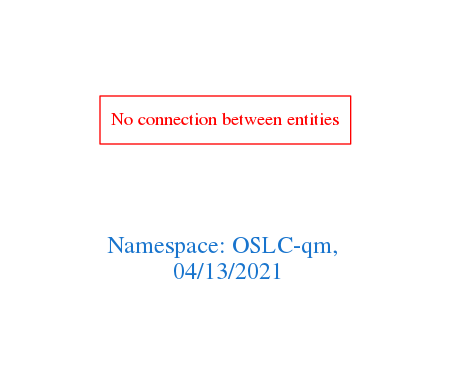
Above: downloads/OSLC-qm.png in arago/OGIT (Graphviz), before the change. Its source is kept beside it as downloads/OSLC-qm.dot.
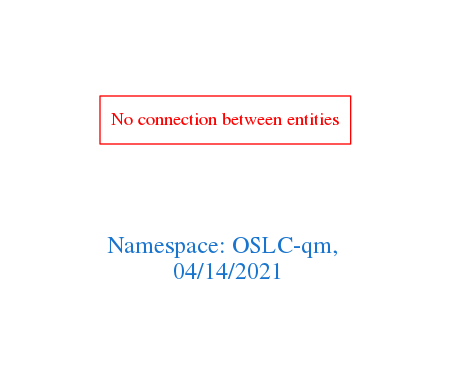
The same file after the commit.

The edit, as a diff of the source:
```diff
@@ -1,7 +1,7 @@
 digraph OGIT_ontology {
  graph [ rankdir= LR,pad=1
 fontsize = 18,
-fontcolor= dodgerblue3,label = "\n\n\nNamespace: OSLC-qm, \n 04/13/2021"];
+fontcolor= dodgerblue3,label = "\n\n\nNamespace: OSLC-qm, \n 04/14/2021"];
 node[shape=polygon];
 edge [  color="gray81"];
 
```
